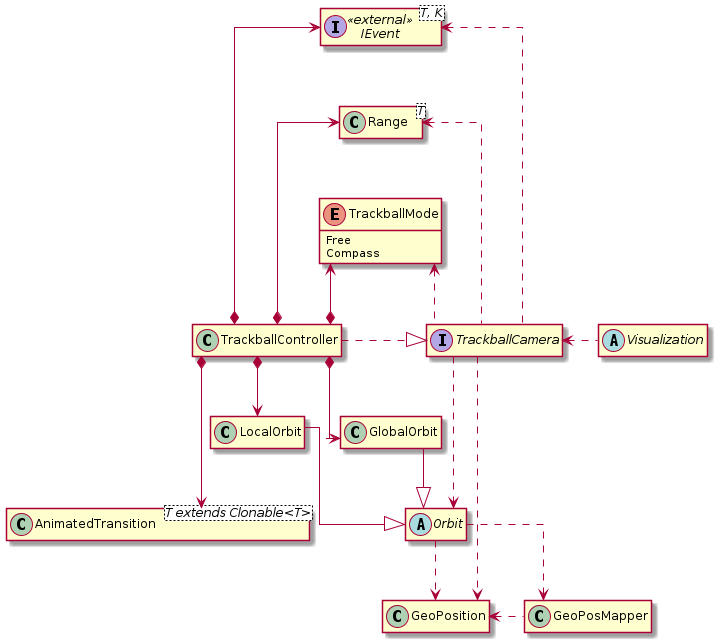
This is docs/src/diagrams/out/c3_trackball.png from damiankoper/geovis, a PlantUML export, as it was before one commit.
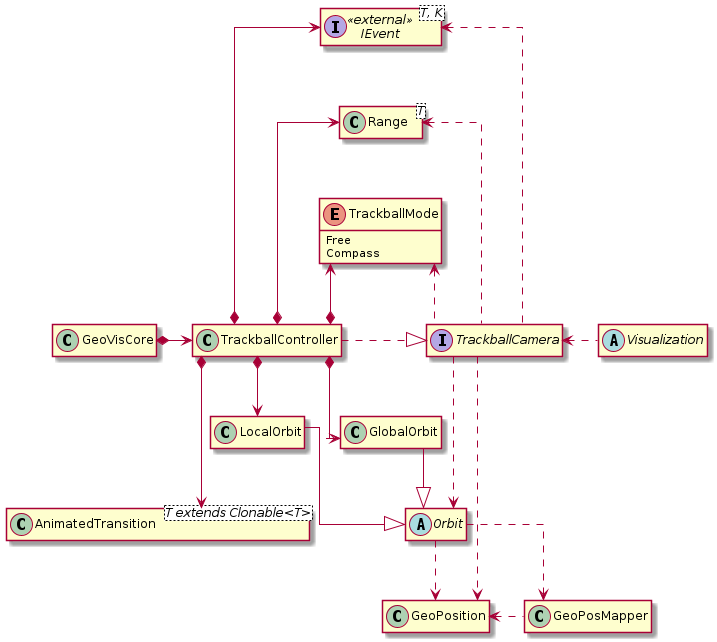
After the commit.

Diff of the diagram source:
```diff
@@ -4,6 +4,8 @@
 class GeoPosMapper
 
 class GeoPosition
+
+class GeoVisCore
 
 abstract class Orbit
 
@@ -34,6 +36,8 @@
 TrackballController *--> LocalOrbit
 TrackballController *--> GlobalOrbit
 
+GeoVisCore *-> TrackballController
+
 TrackballCamera .up.> TrackballMode
 TrackballController *-up-> TrackballMode
 TrackballCamera .up..> Range
```
